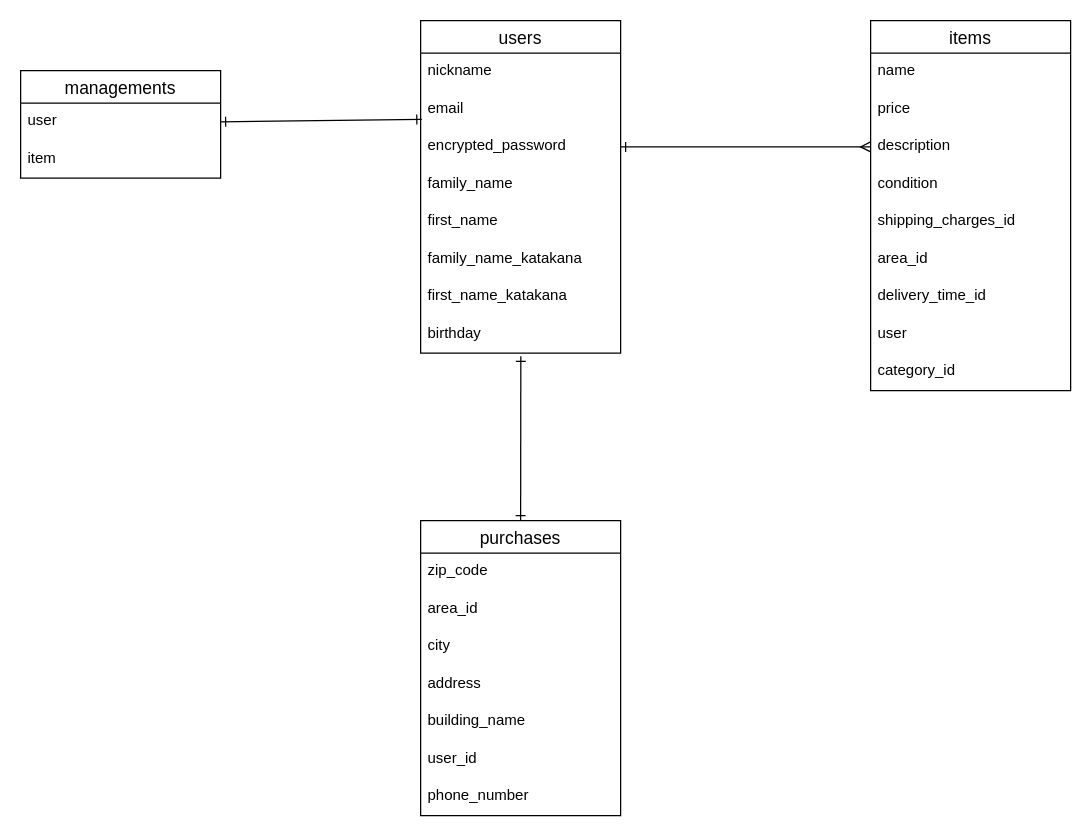
Before: furima.dio in knskymsk/furima-39348, a draw.io diagram. Source tidied: cells renumbered, new cells numbered last; positions are measured from the earlier drawing's top-left corner, leaving out a move shared by most shapes. Both pictures are drawn from the tidied source at 125%, with x=0, y=0 at pixel (20, 20).
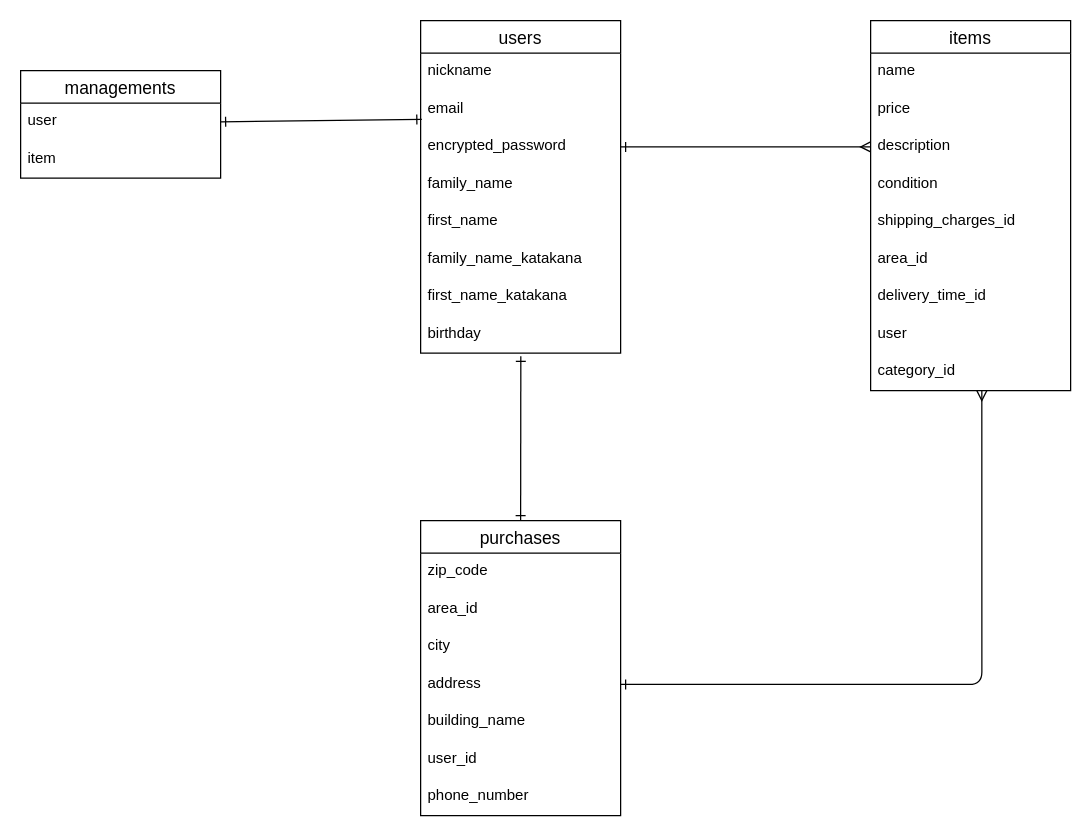
After the change.

Commit message (it also covers changes not shown here):
アソシエーション追加

Unchanged cells that the change refers to:
```xml
<mxCell id="20" value="category_id" style="text;strokeColor=none;fillColor=none;spacingLeft=4;spacingRight=4;overflow=hidden;points=[[0,0.5],[1,0.5]];portConstraint=eastwest;fontSize=12;" parent="11" vertex="1">
  <mxGeometry y="266" width="160" height="30" as="geometry" />
</mxCell>
<mxCell id="25" value="address" style="text;strokeColor=none;fillColor=none;spacingLeft=4;spacingRight=4;overflow=hidden;points=[[0,0.5],[1,0.5]];portConstraint=eastwest;fontSize=12;" parent="21" vertex="1">
  <mxGeometry y="116" width="160" height="30" as="geometry" />
</mxCell>
```

Diff of the diagram source:
```diff
@@
+    <mxCell id="35" style="edgeStyle=orthogonalEdgeStyle;fontSize=12;html=1;endArrow=ERmany;endFill=0;exitX=1;exitY=0.5;exitDx=0;exitDy=0;entryX=0.556;entryY=1;entryDx=0;entryDy=0;entryPerimeter=0;startArrow=ERone;startFill=0;" parent="1" edge="1" source="25" target="20">
+      <mxGeometry relative="1" as="geometry" />
+    </mxCell>
```
